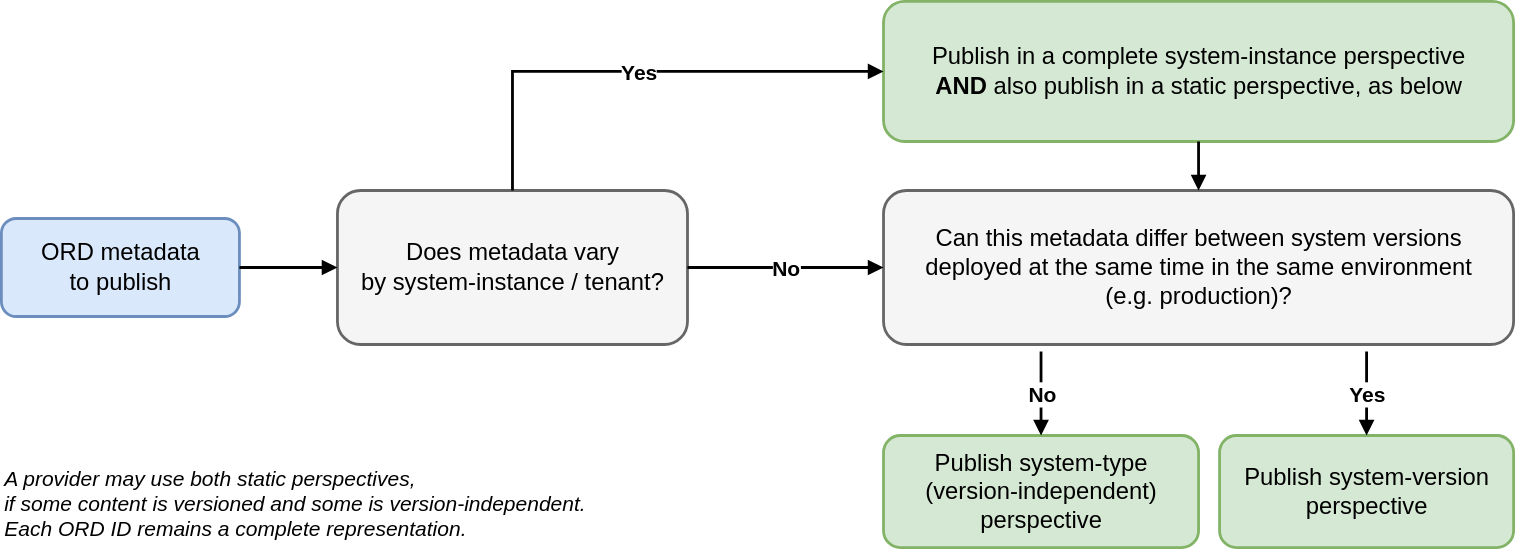
Before: static/img/provider-perspective-selection.drawio.svg, a diagram exported from draw.io (open-resource-discovery/specification). Source tidied: cells renumbered, new cells last; positions are measured from the earlier drawing's top-left corner, leaving out a move shared by most shapes. The source it was exported from:
```xml
<mxGraphModel>
  <root>
    <mxCell id="0" />
    <mxCell id="1" parent="0" />
    <mxCell id="2" value="ORD metadata&lt;br&gt;to publish" style="rounded=1;whiteSpace=wrap;html=1;fillColor=#dae8fc;strokeColor=#6c8ebf;strokeWidth=2;fontSize=17;" parent="1" vertex="1">
      <mxGeometry y="155" width="170" height="70" as="geometry" />
    </mxCell>
    <mxCell id="3" value="Does metadata vary&lt;br&gt;by system-instance / tenant?" style="rounded=1;whiteSpace=wrap;html=1;fillColor=#f5f5f5;strokeColor=#666666;strokeWidth=2;fontSize=17;" parent="1" vertex="1">
      <mxGeometry x="240" y="135" width="250" height="110" as="geometry" />
    </mxCell>
    <mxCell id="4" value="Publish in a complete system-instance perspective&lt;br&gt;&lt;b&gt;AND&lt;/b&gt; also publish in a static perspective, as below" style="rounded=1;whiteSpace=wrap;html=1;fillColor=#d5e8d4;strokeColor=#82b366;strokeWidth=2;fontSize=17;" parent="1" vertex="1">
      <mxGeometry x="630" width="450" height="100" as="geometry" />
    </mxCell>
    <mxCell id="5" value="Can this metadata differ between system versions&lt;br&gt;deployed at the same time in the same environment&lt;br&gt;(e.g. production)?" style="rounded=1;whiteSpace=wrap;html=1;fillColor=#f5f5f5;strokeColor=#666666;strokeWidth=2;fontSize=17;" parent="1" vertex="1">
      <mxGeometry x="630" y="135" width="450" height="110" as="geometry" />
    </mxCell>
    <mxCell id="6" value="Publish&amp;nbsp;system-version perspective" style="rounded=1;whiteSpace=wrap;html=1;fillColor=#d5e8d4;strokeColor=#82b366;strokeWidth=2;fontSize=17;" parent="1" vertex="1">
      <mxGeometry x="870" y="310" width="210" height="80" as="geometry" />
    </mxCell>
    <mxCell id="7" value="Publish system-type&lt;br&gt;(version-independent) perspective" style="rounded=1;whiteSpace=wrap;html=1;fillColor=#d5e8d4;strokeColor=#82b366;strokeWidth=2;fontSize=17;" parent="1" vertex="1">
      <mxGeometry x="630" y="310" width="225" height="80" as="geometry" />
    </mxCell>
    <mxCell id="8" value="A provider may use both static perspectives,&amp;nbsp;&lt;br&gt;if some content is versioned and some is version-independent.&lt;br&gt;Each ORD ID remains a complete representation." style="text;html=1;strokeColor=none;fillColor=none;align=left;verticalAlign=middle;fontStyle=2;fontSize=15;" parent="1" vertex="1">
      <mxGeometry y="325" width="410" height="65" as="geometry" />
    </mxCell>
    <mxCell id="9" style="edgeStyle=orthogonalEdgeStyle;rounded=0;jettySize=auto;html=1;endArrow=block;endFill=1;strokeWidth=2;" parent="1" edge="1" source="2" target="3">
      <mxGeometry relative="1" as="geometry" />
    </mxCell>
    <mxCell id="10" value="Yes" style="edgeStyle=orthogonalEdgeStyle;rounded=0;jettySize=auto;html=1;endArrow=block;endFill=1;strokeWidth=2;fontSize=15;fontStyle=1;exitX=0.5;exitY=0;exitDx=0;exitDy=0;entryX=0;entryY=0.5;entryDx=0;entryDy=0;" parent="1" edge="1" source="3" target="4">
      <mxGeometry relative="1" as="geometry" />
    </mxCell>
    <mxCell id="11" value="No" style="edgeStyle=orthogonalEdgeStyle;rounded=0;jettySize=auto;html=1;endArrow=block;endFill=1;strokeWidth=2;fontSize=15;fontStyle=1;exitX=1;exitY=0.5;exitDx=0;exitDy=0;entryX=0;entryY=0.5;entryDx=0;entryDy=0;" parent="1" edge="1" source="3" target="5">
      <mxGeometry relative="1" as="geometry" />
    </mxCell>
    <mxCell id="12" style="edgeStyle=orthogonalEdgeStyle;rounded=0;jettySize=auto;html=1;endArrow=block;endFill=1;strokeWidth=2;exitX=0.5;exitY=1;exitDx=0;exitDy=0;entryX=0.5;entryY=0;entryDx=0;entryDy=0;" parent="1" edge="1" source="4" target="5">
      <mxGeometry relative="1" as="geometry" />
    </mxCell>
    <mxCell id="13" value="No" style="edgeStyle=orthogonalEdgeStyle;rounded=0;jettySize=auto;html=1;endArrow=block;endFill=1;strokeWidth=2;fontSize=15;fontStyle=1;entryX=0.5;entryY=0;entryDx=0;entryDy=0;" parent="1" edge="1" target="7">
      <mxGeometry relative="1" as="geometry">
        <mxPoint x="742.5" y="250" as="sourcePoint" />
      </mxGeometry>
    </mxCell>
    <mxCell id="14" value="Yes" style="edgeStyle=orthogonalEdgeStyle;rounded=0;jettySize=auto;html=1;endArrow=block;endFill=1;strokeWidth=2;fontSize=15;fontStyle=1;entryX=0.5;entryY=0;entryDx=0;entryDy=0;" parent="1" edge="1" target="6">
      <mxGeometry relative="1" as="geometry">
        <mxPoint x="975" y="250" as="sourcePoint" />
      </mxGeometry>
    </mxCell>
  </root>
</mxGraphModel>
```
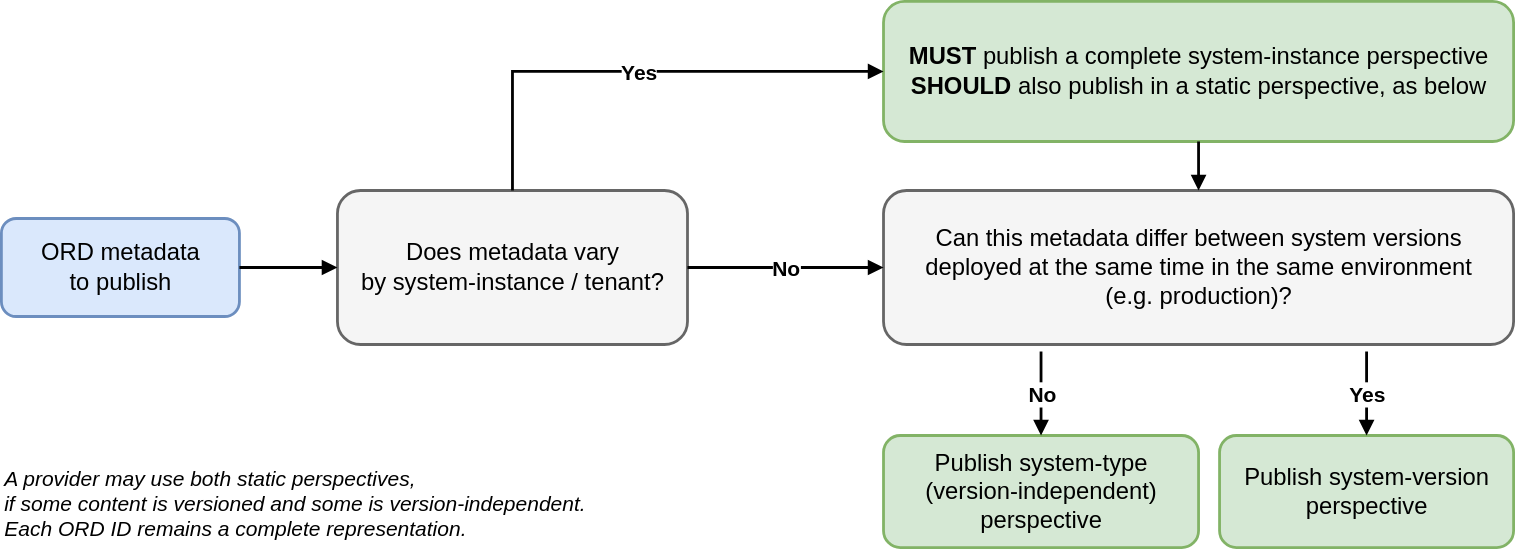
After the commit.

Commit message:
docs: align perspective requirements

Diff of the diagram source:
```diff
@@ -8,7 +8,7 @@
     <mxCell id="3" value="Does metadata vary&lt;br&gt;by system-instance / tenant?" style="rounded=1;whiteSpace=wrap;html=1;fillColor=#f5f5f5;strokeColor=#666666;strokeWidth=2;fontSize=17;" parent="1" vertex="1">
       <mxGeometry x="240" y="135" width="250" height="110" as="geometry" />
     </mxCell>
-    <mxCell id="4" value="Publish in a complete system-instance perspective&lt;br&gt;&lt;b&gt;AND&lt;/b&gt; also publish in a static perspective, as below" style="rounded=1;whiteSpace=wrap;html=1;fillColor=#d5e8d4;strokeColor=#82b366;strokeWidth=2;fontSize=17;" parent="1" vertex="1">
+    <mxCell id="4" value="&lt;b&gt;MUST&lt;/b&gt; publish a complete system-instance perspective&lt;br&gt;&lt;b&gt;SHOULD&lt;/b&gt; also publish in a static perspective, as below" style="rounded=1;whiteSpace=wrap;html=1;fillColor=#d5e8d4;strokeColor=#82b366;strokeWidth=2;fontSize=17;" parent="1" vertex="1">
       <mxGeometry x="630" width="450" height="100" as="geometry" />
     </mxCell>
     <mxCell id="5" value="Can this metadata differ between system versions&lt;br&gt;deployed at the same time in the same environment&lt;br&gt;(e.g. production)?" style="rounded=1;whiteSpace=wrap;html=1;fillColor=#f5f5f5;strokeColor=#666666;strokeWidth=2;fontSize=17;" parent="1" vertex="1">
```
